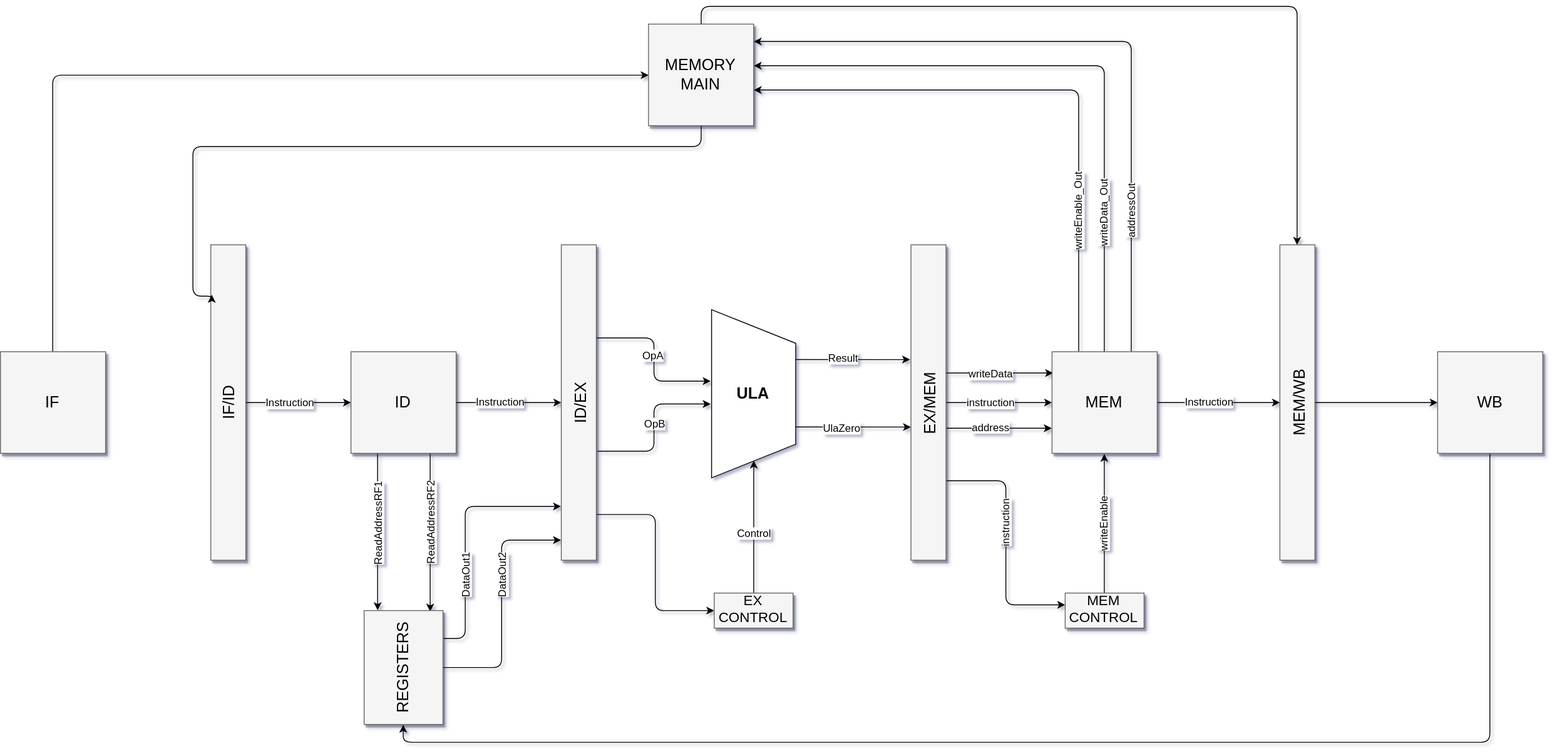
Above: PipelineProcessor/Fluxo Micro-Page-1.svg in yansirianni/Pratica2_LAOC2 (draw.io), before the change. Source tidied: cells renumbered, new cells last; positions are measured from the earlier drawing's top-left corner, leaving out a move shared by most shapes.
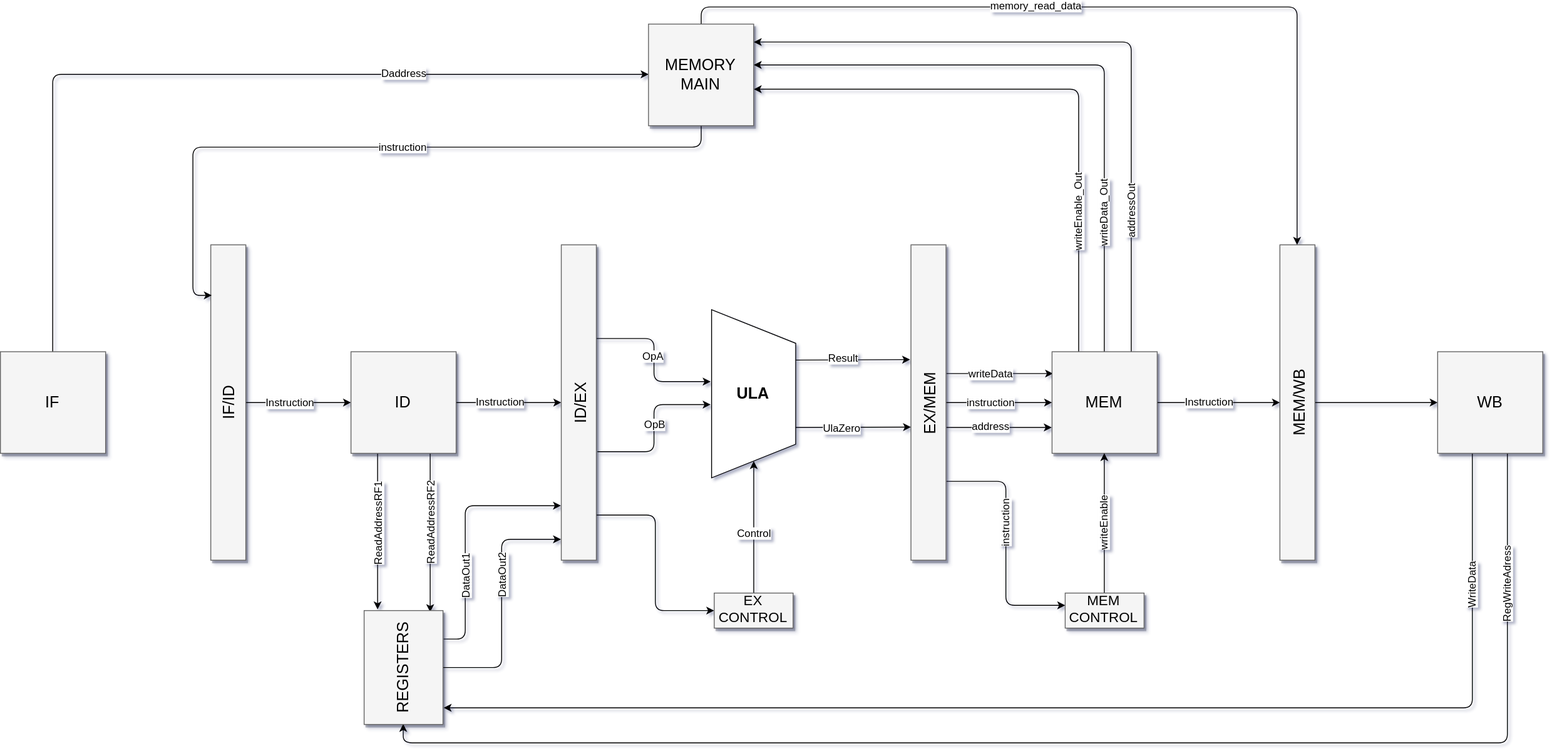
Later version of the same file.

What changed in the source:
```diff
@@ -9,6 +9,11 @@
         </Array>
       </mxGeometry>
     </mxCell>
+    <mxCell id="61" value="&lt;span&gt;Daddress&lt;/span&gt;" style="text;html=1;align=center;verticalAlign=middle;labelBackgroundColor=#ffffff;spacingTop=-4;" parent="2" vertex="1">
+      <mxGeometry x="0.45" y="3" relative="1" as="geometry">
+        <mxPoint x="-4.5" y="3" as="offset" />
+      </mxGeometry>
+    </mxCell>
     <mxCell id="3" value="IF&lt;br&gt;" style="whiteSpace=wrap;html=1;shadow=1;fontSize=18;fillColor=#f5f5f5;strokeColor=#666666;" parent="1" vertex="1">
       <mxGeometry y="374" width="120" height="116" as="geometry" />
     </mxCell>
@@ -149,9 +154,31 @@
     <mxCell id="39" value="MEM/WB&lt;br&gt;" style="whiteSpace=wrap;html=1;shadow=1;fontSize=18;fillColor=#f5f5f5;strokeColor=#666666;labelBorderColor=none;labelBackgroundColor=none;verticalAlign=middle;horizontal=0;align=center;spacingLeft=0;spacing=0;spacingTop=5;" parent="1" vertex="1">
       <mxGeometry x="1460" y="252" width="40" height="360" as="geometry" />
     </mxCell>
-    <mxCell id="40" style="jettySize=auto;html=1;startSize=6;sourcePerimeterSpacing=0;strokeColor=#000000;fontSize=16;exitX=0.5;exitY=1;exitDx=0;exitDy=0;entryX=0.5;entryY=1;entryDx=0;entryDy=0;edgeStyle=orthogonalEdgeStyle;" parent="1" edge="1" source="41" target="49">
-      <mxGeometry relative="1" as="geometry" />
+    <mxCell id="40" style="jettySize=auto;html=1;startSize=6;sourcePerimeterSpacing=0;strokeColor=#000000;fontSize=16;exitX=0.667;exitY=1;exitDx=0;exitDy=0;entryX=0.5;entryY=1;entryDx=0;entryDy=0;edgeStyle=orthogonalEdgeStyle;exitPerimeter=0;" parent="1" edge="1" source="41" target="49">
+      <mxGeometry relative="1" as="geometry">
+        <Array as="points">
+          <mxPoint x="1720" y="820" />
+          <mxPoint x="460" y="820" />
+        </Array>
+      </mxGeometry>
     </mxCell>
+    <mxCell id="62" value="&lt;span&gt;RegWriteAdress&lt;/span&gt;" style="text;html=1;align=center;verticalAlign=middle;labelBackgroundColor=#ffffff;rotation=-90;spacingTop=-4;" parent="40" vertex="1">
+      <mxGeometry x="-0.82" relative="1" as="geometry">
+        <mxPoint y="8.5" as="offset" />
+      </mxGeometry>
+    </mxCell>
+    <mxCell id="63" style="edgeStyle=orthogonalEdgeStyle;rounded=1;jumpStyle=arc;jettySize=auto;html=1;exitX=0.333;exitY=0.995;exitDx=0;exitDy=0;entryX=1.006;entryY=0.85;entryDx=0;entryDy=0;entryPerimeter=0;exitPerimeter=0;" parent="1" edge="1" source="41" target="49">
+      <mxGeometry relative="1" as="geometry">
+        <Array as="points">
+          <mxPoint x="1680" y="780" />
+        </Array>
+      </mxGeometry>
+    </mxCell>
+    <mxCell id="64" value="&lt;span&gt;WriteData&lt;/span&gt;" style="text;html=1;align=center;verticalAlign=middle;labelBackgroundColor=#ffffff;rotation=-90;spacingTop=-3;" parent="63" vertex="1">
+      <mxGeometry x="-0.79" y="-2" relative="1" as="geometry">
+        <mxPoint x="2" y="-4.5" as="offset" />
+      </mxGeometry>
+    </mxCell>
     <mxCell id="41" value="WB&lt;br&gt;" style="whiteSpace=wrap;html=1;shadow=1;fontSize=18;fillColor=#f5f5f5;strokeColor=#666666;" parent="1" vertex="1">
       <mxGeometry x="1640" y="374" width="120" height="116" as="geometry" />
     </mxCell>
@@ -225,6 +252,9 @@
     <mxCell id="58" style="edgeStyle=orthogonalEdgeStyle;rounded=1;jumpStyle=arc;jettySize=auto;html=1;exitX=0.5;exitY=0;exitDx=0;exitDy=0;" parent="1" edge="1" source="60" target="39">
       <mxGeometry relative="1" as="geometry" />
     </mxCell>
+    <mxCell id="65" value="&lt;span&gt;memory_read_data&lt;/span&gt;" style="text;html=1;align=center;verticalAlign=middle;labelBackgroundColor=#ffffff;spacingTop=5;" parent="58" vertex="1">
+      <mxGeometry x="-0.17" y="5" relative="1" as="geometry" />
+    </mxCell>
     <mxCell id="59" style="edgeStyle=orthogonalEdgeStyle;rounded=1;jumpStyle=arc;jettySize=auto;html=1;entryX=0.011;entryY=0.16;entryDx=0;entryDy=0;entryPerimeter=0;" parent="1" edge="1" source="60" target="6">
       <mxGeometry relative="1" as="geometry">
         <Array as="points">
@@ -234,6 +264,11 @@
         </Array>
       </mxGeometry>
     </mxCell>
+    <mxCell id="66" value="&lt;span&gt;instruction&lt;/span&gt;" style="text;html=1;align=center;verticalAlign=middle;labelBackgroundColor=#ffffff;spacingTop=-3;" parent="59" vertex="1">
+      <mxGeometry x="-0.1" y="-1" relative="1" as="geometry">
+        <mxPoint x="-8" y="1" as="offset" />
+      </mxGeometry>
+    </mxCell>
     <mxCell id="60" value="MEMORY MAIN&lt;br&gt;" style="whiteSpace=wrap;html=1;shadow=1;fontSize=18;fillColor=#f5f5f5;strokeColor=#666666;" parent="1" vertex="1">
       <mxGeometry x="739.5" width="120" height="116" as="geometry" />
     </mxCell>
```
